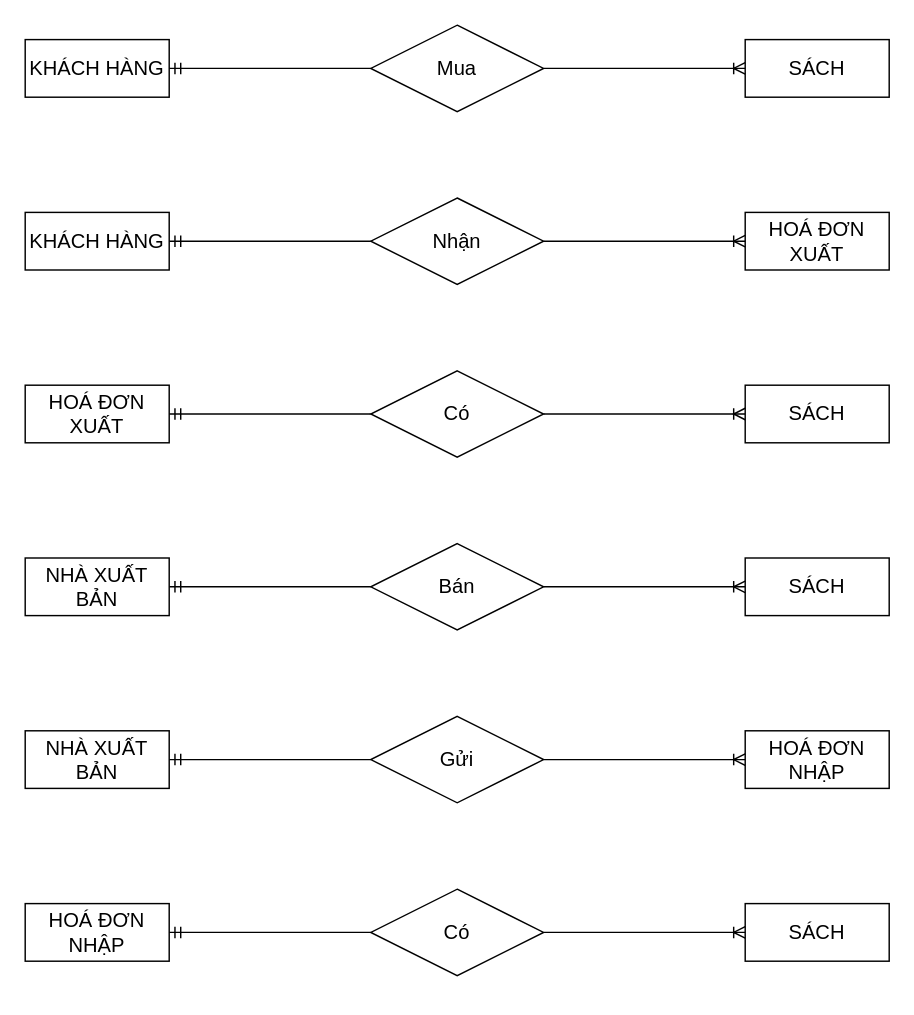
leetrungtoans/BTVN_ITC_OOP_LEETRUNGTOANS keeps this draw.io diagram as page "Trang-9" (9 of 10) of QuanLyBanSach.drawio. Above is the earlier version. Source tidied: cells renumbered, new cells numbered last; positions are measured from the earlier drawing's top-left corner, leaving out a move shared by most shapes. Both pictures are drawn from the tidied source at 144%, with x=0, y=0 at pixel (24, -235).
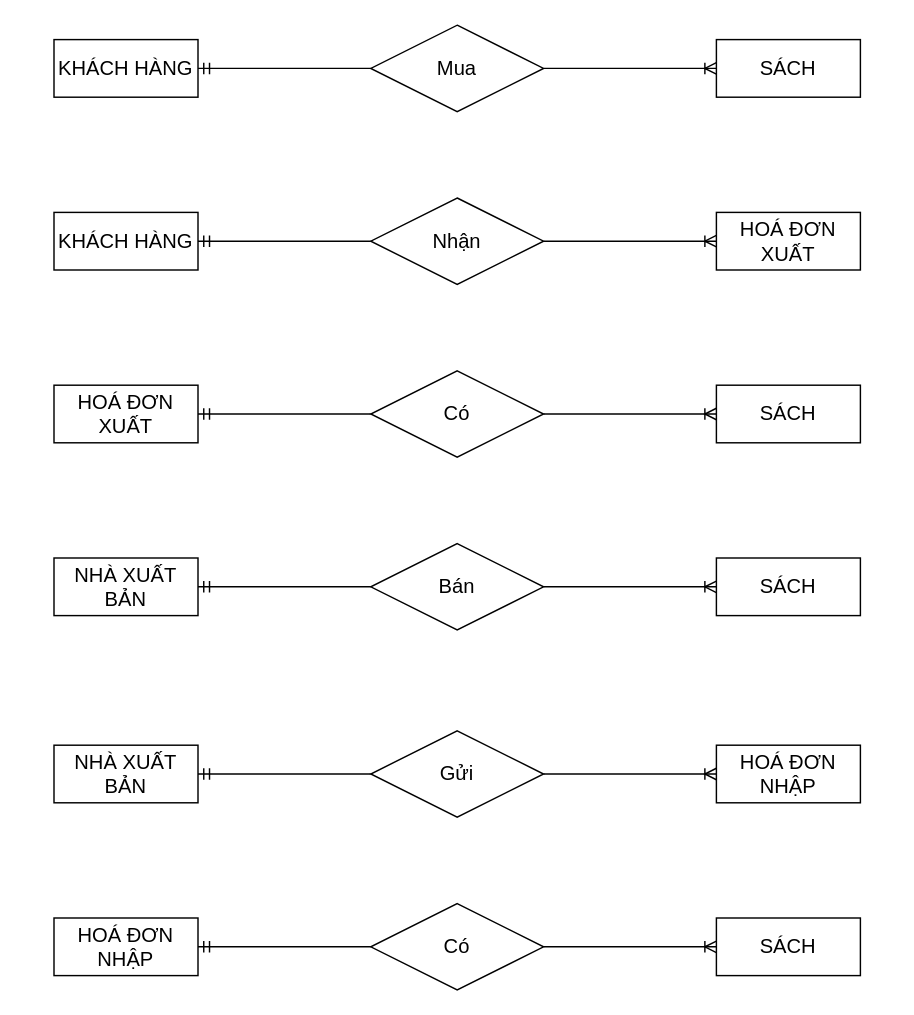
The same page after the edit.

What changed in the source:
```diff
@@
+    <mxCell id="32" value="KHÁCH HÀNG" style="whiteSpace=wrap;html=1;align=center;fontSize=14;rounded=0;" parent="1" vertex="1">
+      <mxGeometry x="20" y="190" width="100" height="40" as="geometry" />
+    </mxCell>
+    <mxCell id="33" value="Có" style="shape=rhombus;perimeter=rhombusPerimeter;whiteSpace=wrap;html=1;align=center;fontSize=14;rounded=0;" parent="1" vertex="1">
+      <mxGeometry x="240" y="420" width="120" height="60" as="geometry" />
+    </mxCell>
+    <mxCell id="34" value="&lt;span style=&quot;font-size: 14px;&quot;&gt;SÁCH&lt;/span&gt;" style="whiteSpace=wrap;html=1;align=center;fontStyle=0;fontSize=14;rounded=0;" parent="1" vertex="1">
+      <mxGeometry x="480" y="430" width="100" height="40" as="geometry" />
+    </mxCell>
+    <mxCell id="35" value="HOÁ ĐƠN XUẤT" style="whiteSpace=wrap;html=1;align=center;fontSize=14;rounded=0;" parent="1" vertex="1">
+      <mxGeometry x="20" y="430" width="100" height="40" as="geometry" />
+    </mxCell>
+    <mxCell id="36" value="SÁCH" style="whiteSpace=wrap;html=1;align=center;fontSize=14;rounded=0;" parent="1" vertex="1">
+      <mxGeometry x="480" y="190" width="100" height="40" as="geometry" />
+    </mxCell>
-    <mxCell id="2" value="Mua" style="shape=rhombus;perimeter=rhombusPerimeter;whiteSpace=wrap;html=1;align=center;fontSize=14;" parent="1" vertex="1">
+    <mxCell id="2" value="Mua" style="shape=rhombus;perimeter=rhombusPerimeter;whiteSpace=wrap;html=1;align=center;fontSize=14;rounded=0;" parent="1" vertex="1">
       <mxGeometry x="240" y="180" width="120" height="60" as="geometry" />
     </mxCell>
-    <mxCell id="3" value="KHÁCH HÀNG" style="whiteSpace=wrap;html=1;align=center;fontSize=14;" parent="1" vertex="1">
-      <mxGeometry y="190" width="100" height="40" as="geometry" />
-    </mxCell>
-    <mxCell id="4" value="SÁCH" style="whiteSpace=wrap;html=1;align=center;fontSize=14;" parent="1" vertex="1">
-      <mxGeometry x="500" y="190" width="100" height="40" as="geometry" />
-    </mxCell>
+    <mxCell id="37" value="NHÀ XUẤT BẢN" style="whiteSpace=wrap;html=1;align=center;fontSize=14;rounded=0;" parent="1" vertex="1">
+      <mxGeometry x="20" y="550" width="100" height="40" as="geometry" />
+    </mxCell>
+    <mxCell id="38" value="KHÁCH HÀNG" style="whiteSpace=wrap;html=1;align=center;fontSize=14;rounded=0;" parent="1" vertex="1">
+      <mxGeometry x="20" y="310" width="100" height="40" as="geometry" />
+    </mxCell>
+    <mxCell id="39" value="HOÁ ĐƠN XUẤT" style="whiteSpace=wrap;html=1;align=center;fontSize=14;rounded=0;" parent="1" vertex="1">
+      <mxGeometry x="480" y="310" width="100" height="40" as="geometry" />
+    </mxCell>
+    <mxCell id="40" value="SÁCH" style="whiteSpace=wrap;html=1;align=center;fontSize=14;rounded=0;" parent="1" vertex="1">
+      <mxGeometry x="480" y="550" width="100" height="40" as="geometry" />
+    </mxCell>
+    <mxCell id="17" value="Bán" style="shape=rhombus;perimeter=rhombusPerimeter;whiteSpace=wrap;html=1;align=center;fontSize=14;rounded=0;" parent="1" vertex="1">
+      <mxGeometry x="240" y="540" width="120" height="60" as="geometry" />
+    </mxCell>
-    <mxCell id="5" value="Nhận" style="shape=rhombus;perimeter=rhombusPerimeter;whiteSpace=wrap;html=1;align=center;fontSize=14;" parent="1" vertex="1">
+    <mxCell id="5" value="Nhận" style="shape=rhombus;perimeter=rhombusPerimeter;whiteSpace=wrap;html=1;align=center;fontSize=14;rounded=0;" parent="1" vertex="1">
       <mxGeometry x="240" y="300" width="120" height="60" as="geometry" />
     </mxCell>
-    <mxCell id="6" value="KHÁCH HÀNG" style="whiteSpace=wrap;html=1;align=center;fontSize=14;" parent="1" vertex="1">
-      <mxGeometry y="310" width="100" height="40" as="geometry" />
-    </mxCell>
-    <mxCell id="7" value="&lt;span style=&quot;font-size: 14px;&quot;&gt;HOÁ ĐƠN XUẤT&lt;/span&gt;" style="whiteSpace=wrap;html=1;align=center;fontStyle=0;fontSize=14;" parent="1" vertex="1">
-      <mxGeometry x="500" y="310" width="100" height="40" as="geometry" />
-    </mxCell>
-    <mxCell id="8" value="Có" style="shape=rhombus;perimeter=rhombusPerimeter;whiteSpace=wrap;html=1;align=center;fontSize=14;" parent="1" vertex="1">
-      <mxGeometry x="240" y="420" width="120" height="60" as="geometry" />
-    </mxCell>
-    <mxCell id="9" value="HOÁ ĐƠN XUẤT" style="whiteSpace=wrap;html=1;align=center;fontSize=14;" parent="1" vertex="1">
-      <mxGeometry y="430" width="100" height="40" as="geometry" />
-    </mxCell>
-    <mxCell id="10" value="SÁCH" style="whiteSpace=wrap;html=1;align=center;fontSize=14;" parent="1" vertex="1">
-      <mxGeometry x="500" y="430" width="100" height="40" as="geometry" />
-    </mxCell>
-    <mxCell id="11" style="edgeStyle=entityRelationEdgeStyle;fontSize=12;html=1;endArrow=ERmandOne;rounded=0;entryX=1;entryY=0.5;entryDx=0;entryDy=0;exitX=0;exitY=0.5;exitDx=0;exitDy=0;" parent="1" edge="1" source="2" target="3">
-      <mxGeometry relative="1" as="geometry">
-        <Array as="points">
-          <mxPoint x="90" />
-          <mxPoint x="90" y="30" />
-          <mxPoint x="170" y="140" />
-        </Array>
-      </mxGeometry>
-    </mxCell>
-    <mxCell id="12" style="edgeStyle=entityRelationEdgeStyle;fontSize=12;html=1;endArrow=ERoneToMany;rounded=0;entryX=0;entryY=0.5;entryDx=0;entryDy=0;" parent="1" edge="1" source="2" target="4">
-      <mxGeometry relative="1" as="geometry" />
-    </mxCell>
-    <mxCell id="13" style="edgeStyle=entityRelationEdgeStyle;fontSize=12;html=1;endArrow=ERmandOne;rounded=0;exitX=0;exitY=0.5;exitDx=0;exitDy=0;entryX=1;entryY=0.5;entryDx=0;entryDy=0;" parent="1" edge="1" source="5" target="6">
-      <mxGeometry relative="1" as="geometry" />
-    </mxCell>
-    <mxCell id="14" style="edgeStyle=entityRelationEdgeStyle;fontSize=12;html=1;endArrow=ERoneToMany;rounded=0;entryX=0;entryY=0.5;entryDx=0;entryDy=0;" parent="1" edge="1" source="5" target="7">
-      <mxGeometry relative="1" as="geometry" />
-    </mxCell>
-    <mxCell id="15" style="edgeStyle=entityRelationEdgeStyle;fontSize=12;html=1;endArrow=ERoneToMany;rounded=0;entryX=0;entryY=0.5;entryDx=0;entryDy=0;" parent="1" edge="1" source="8" target="10">
-      <mxGeometry relative="1" as="geometry" />
-    </mxCell>
-    <mxCell id="16" style="edgeStyle=entityRelationEdgeStyle;fontSize=12;html=1;endArrow=ERmandOne;rounded=0;exitX=0;exitY=0.5;exitDx=0;exitDy=0;entryX=1;entryY=0.5;entryDx=0;entryDy=0;" parent="1" edge="1" source="8" target="9">
-      <mxGeometry relative="1" as="geometry" />
-    </mxCell>
-    <mxCell id="17" value="Bán" style="shape=rhombus;perimeter=rhombusPerimeter;whiteSpace=wrap;html=1;align=center;fontSize=14;" parent="1" vertex="1">
-      <mxGeometry x="240" y="540" width="120" height="60" as="geometry" />
-    </mxCell>
-    <mxCell id="18" value="NHÀ XUẤT BẢN" style="whiteSpace=wrap;html=1;align=center;fontSize=14;" parent="1" vertex="1">
-      <mxGeometry y="550" width="100" height="40" as="geometry" />
-    </mxCell>
-    <mxCell id="19" value="SÁCH" style="whiteSpace=wrap;html=1;align=center;fontSize=14;" parent="1" vertex="1">
-      <mxGeometry x="500" y="550" width="100" height="40" as="geometry" />
-    </mxCell>
-    <mxCell id="20" style="edgeStyle=entityRelationEdgeStyle;fontSize=12;html=1;endArrow=ERoneToMany;rounded=0;entryX=0;entryY=0.5;entryDx=0;entryDy=0;" parent="1" edge="1" source="17" target="19">
-      <mxGeometry relative="1" as="geometry" />
-    </mxCell>
-    <mxCell id="21" style="edgeStyle=entityRelationEdgeStyle;fontSize=12;html=1;endArrow=ERmandOne;rounded=0;exitX=0;exitY=0.5;exitDx=0;exitDy=0;entryX=1;entryY=0.5;entryDx=0;entryDy=0;" parent="1" edge="1" source="17" target="18">
-      <mxGeometry relative="1" as="geometry" />
-    </mxCell>
+    <mxCell id="41" value="HOÁ ĐƠN NHẬP" style="whiteSpace=wrap;html=1;align=center;fontSize=14;rounded=0;" parent="1" vertex="1">
+      <mxGeometry x="20" y="800" width="100" height="40" as="geometry" />
+    </mxCell>
+    <mxCell id="42" value="NHÀ XUẤT BẢN" style="whiteSpace=wrap;html=1;align=center;fontSize=14;rounded=0;" parent="1" vertex="1">
+      <mxGeometry x="20" y="680" width="100" height="40" as="geometry" />
+    </mxCell>
+    <mxCell id="43" value="HOÁ ĐƠN NHẬP" style="whiteSpace=wrap;html=1;align=center;fontSize=14;rounded=0;" parent="1" vertex="1">
+      <mxGeometry x="480" y="680" width="100" height="40" as="geometry" />
+    </mxCell>
+    <mxCell id="44" value="SÁCH" style="whiteSpace=wrap;html=1;align=center;fontSize=14;rounded=0;" parent="1" vertex="1">
+      <mxGeometry x="480" y="800" width="100" height="40" as="geometry" />
+    </mxCell>
+    <mxCell id="45" value="Có" style="shape=rhombus;perimeter=rhombusPerimeter;whiteSpace=wrap;html=1;align=center;fontSize=14;rounded=0;" parent="1" vertex="1">
+      <mxGeometry x="240" y="790" width="120" height="60" as="geometry" />
+    </mxCell>
-    <mxCell id="22" value="Gửi" style="shape=rhombus;perimeter=rhombusPerimeter;whiteSpace=wrap;html=1;align=center;fontSize=14;" parent="1" vertex="1">
-      <mxGeometry x="240" y="660" width="120" height="60" as="geometry" />
+    <mxCell id="22" value="Gửi" style="shape=rhombus;perimeter=rhombusPerimeter;whiteSpace=wrap;html=1;align=center;fontSize=14;rounded=0;" parent="1" vertex="1">
+      <mxGeometry x="240" y="670" width="120" height="60" as="geometry" />
     </mxCell>
-    <mxCell id="23" value="NHÀ XUẤT BẢN" style="whiteSpace=wrap;html=1;align=center;fontSize=14;" parent="1" vertex="1">
-      <mxGeometry y="670" width="100" height="40" as="geometry" />
-    </mxCell>
-    <mxCell id="24" value="HOÁ ĐƠN NHẬP" style="whiteSpace=wrap;html=1;align=center;fontSize=14;" parent="1" vertex="1">
-      <mxGeometry x="500" y="670" width="100" height="40" as="geometry" />
-    </mxCell>
-    <mxCell id="25" style="edgeStyle=entityRelationEdgeStyle;fontSize=12;html=1;endArrow=ERoneToMany;rounded=0;entryX=0;entryY=0.5;entryDx=0;entryDy=0;" parent="1" edge="1" source="22" target="24">
-      <mxGeometry relative="1" as="geometry" />
-    </mxCell>
-    <mxCell id="26" style="edgeStyle=entityRelationEdgeStyle;fontSize=12;html=1;endArrow=ERmandOne;rounded=0;exitX=0;exitY=0.5;exitDx=0;exitDy=0;entryX=1;entryY=0.5;entryDx=0;entryDy=0;" parent="1" edge="1" source="22" target="23">
-      <mxGeometry relative="1" as="geometry" />
-    </mxCell>
-    <mxCell id="27" value="Có" style="shape=rhombus;perimeter=rhombusPerimeter;whiteSpace=wrap;html=1;align=center;fontSize=14;" parent="1" vertex="1">
-      <mxGeometry x="240" y="780" width="120" height="60" as="geometry" />
-    </mxCell>
-    <mxCell id="28" value="HOÁ ĐƠN NHẬP" style="whiteSpace=wrap;html=1;align=center;fontSize=14;" parent="1" vertex="1">
-      <mxGeometry y="790" width="100" height="40" as="geometry" />
-    </mxCell>
-    <mxCell id="29" value="SÁCH" style="whiteSpace=wrap;html=1;align=center;fontSize=14;" parent="1" vertex="1">
-      <mxGeometry x="500" y="790" width="100" height="40" as="geometry" />
-    </mxCell>
-    <mxCell id="30" style="edgeStyle=entityRelationEdgeStyle;fontSize=12;html=1;endArrow=ERoneToMany;rounded=0;entryX=0;entryY=0.5;entryDx=0;entryDy=0;" parent="1" edge="1" source="27" target="29">
-      <mxGeometry relative="1" as="geometry" />
-    </mxCell>
-    <mxCell id="31" style="edgeStyle=entityRelationEdgeStyle;fontSize=12;html=1;endArrow=ERmandOne;rounded=0;exitX=0;exitY=0.5;exitDx=0;exitDy=0;entryX=1;entryY=0.5;entryDx=0;entryDy=0;" parent="1" edge="1" source="27" target="28">
-      <mxGeometry relative="1" as="geometry" />
-    </mxCell>
+    <mxCell id="46" style="edgeStyle=entityRelationEdgeStyle;fontSize=12;html=1;endArrow=ERmandOne;rounded=0;exitX=0;exitY=0.5;exitDx=0;exitDy=0;entryX=1;entryY=0.5;entryDx=0;entryDy=0;" parent="1" edge="1" source="2" target="32">
+      <mxGeometry relative="1" as="geometry" />
+    </mxCell>
+    <mxCell id="47" style="edgeStyle=entityRelationEdgeStyle;fontSize=12;html=1;endArrow=ERoneToMany;rounded=0;exitX=1;exitY=0.5;exitDx=0;exitDy=0;entryX=0;entryY=0.5;entryDx=0;entryDy=0;" parent="1" edge="1" source="2" target="36">
+      <mxGeometry relative="1" as="geometry" />
+    </mxCell>
+    <mxCell id="48" style="edgeStyle=entityRelationEdgeStyle;fontSize=12;html=1;endArrow=ERmandOne;rounded=0;exitX=0;exitY=0.5;exitDx=0;exitDy=0;entryX=1;entryY=0.5;entryDx=0;entryDy=0;" parent="1" edge="1" source="5" target="38">
+      <mxGeometry relative="1" as="geometry" />
+    </mxCell>
+    <mxCell id="49" style="edgeStyle=entityRelationEdgeStyle;fontSize=12;html=1;endArrow=ERoneToMany;rounded=0;entryX=0;entryY=0.5;entryDx=0;entryDy=0;" parent="1" edge="1" source="5" target="39">
+      <mxGeometry relative="1" as="geometry" />
+    </mxCell>
+    <mxCell id="50" style="edgeStyle=entityRelationEdgeStyle;fontSize=12;html=1;endArrow=ERoneToMany;rounded=0;entryX=0;entryY=0.5;entryDx=0;entryDy=0;" parent="1" edge="1" source="33" target="34">
+      <mxGeometry relative="1" as="geometry" />
+    </mxCell>
+    <mxCell id="51" style="edgeStyle=entityRelationEdgeStyle;fontSize=12;html=1;endArrow=ERoneToMany;rounded=0;entryX=0;entryY=0.5;entryDx=0;entryDy=0;exitX=1;exitY=0.5;exitDx=0;exitDy=0;" parent="1" edge="1" source="17" target="40">
+      <mxGeometry relative="1" as="geometry" />
+    </mxCell>
+    <mxCell id="52" style="edgeStyle=entityRelationEdgeStyle;fontSize=12;html=1;endArrow=ERmandOne;rounded=0;exitX=0;exitY=0.5;exitDx=0;exitDy=0;entryX=1;entryY=0.5;entryDx=0;entryDy=0;" parent="1" edge="1" source="33" target="35">
+      <mxGeometry relative="1" as="geometry" />
+    </mxCell>
+    <mxCell id="53" style="edgeStyle=entityRelationEdgeStyle;fontSize=12;html=1;endArrow=ERmandOne;rounded=0;exitX=0;exitY=0.5;exitDx=0;exitDy=0;entryX=1;entryY=0.5;entryDx=0;entryDy=0;" parent="1" edge="1" source="17" target="37">
+      <mxGeometry relative="1" as="geometry" />
+    </mxCell>
+    <mxCell id="54" style="edgeStyle=entityRelationEdgeStyle;fontSize=12;html=1;endArrow=ERmandOne;rounded=0;exitX=0;exitY=0.5;exitDx=0;exitDy=0;entryX=1;entryY=0.5;entryDx=0;entryDy=0;" parent="1" edge="1" source="22" target="42">
+      <mxGeometry relative="1" as="geometry" />
+    </mxCell>
+    <mxCell id="55" style="edgeStyle=entityRelationEdgeStyle;fontSize=12;html=1;endArrow=ERmandOne;rounded=0;exitX=0;exitY=0.5;exitDx=0;exitDy=0;entryX=1;entryY=0.5;entryDx=0;entryDy=0;" parent="1" edge="1" source="45" target="41">
+      <mxGeometry relative="1" as="geometry" />
+    </mxCell>
+    <mxCell id="56" style="edgeStyle=entityRelationEdgeStyle;fontSize=12;html=1;endArrow=ERoneToMany;rounded=0;exitX=1;exitY=0.5;exitDx=0;exitDy=0;entryX=0;entryY=0.5;entryDx=0;entryDy=0;" parent="1" edge="1" source="22" target="43">
+      <mxGeometry relative="1" as="geometry" />
+    </mxCell>
+    <mxCell id="57" style="edgeStyle=entityRelationEdgeStyle;fontSize=12;html=1;endArrow=ERoneToMany;rounded=0;exitX=1;exitY=0.5;exitDx=0;exitDy=0;entryX=0;entryY=0.5;entryDx=0;entryDy=0;" parent="1" edge="1" source="45" target="44">
+      <mxGeometry relative="1" as="geometry" />
+    </mxCell>
```
